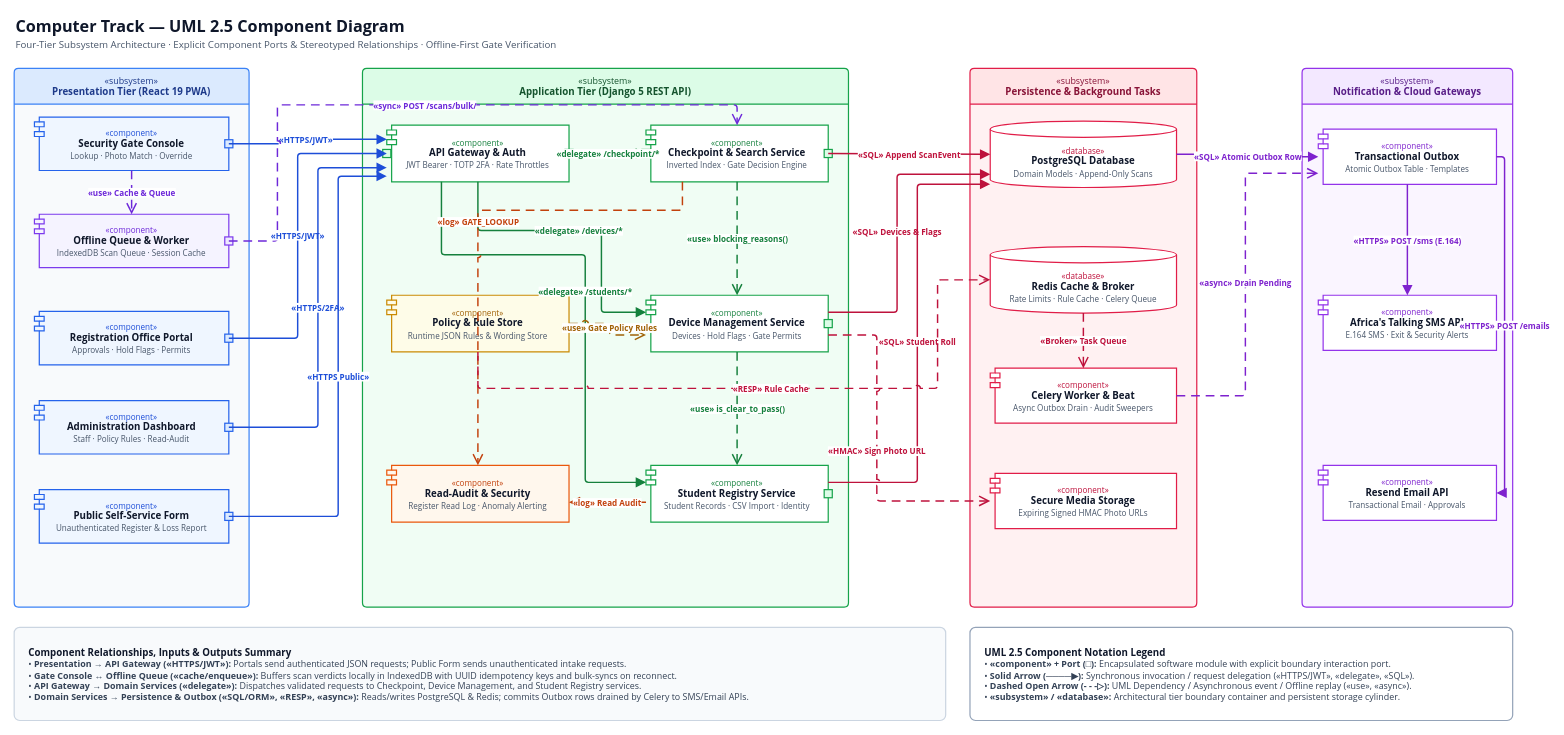
mndekwe-dot/Computer_Track keeps this draw.io diagram as research/diagrams/component-diagram.drawio. Above is the earlier version. Source tidied: cells renumbered, new cells numbered last; positions are measured from the earlier drawing's top-left corner, leaving out a move shared by most shapes. Both pictures are drawn from the tidied source at 81%, with x=0, y=0 at pixel (14, 14).
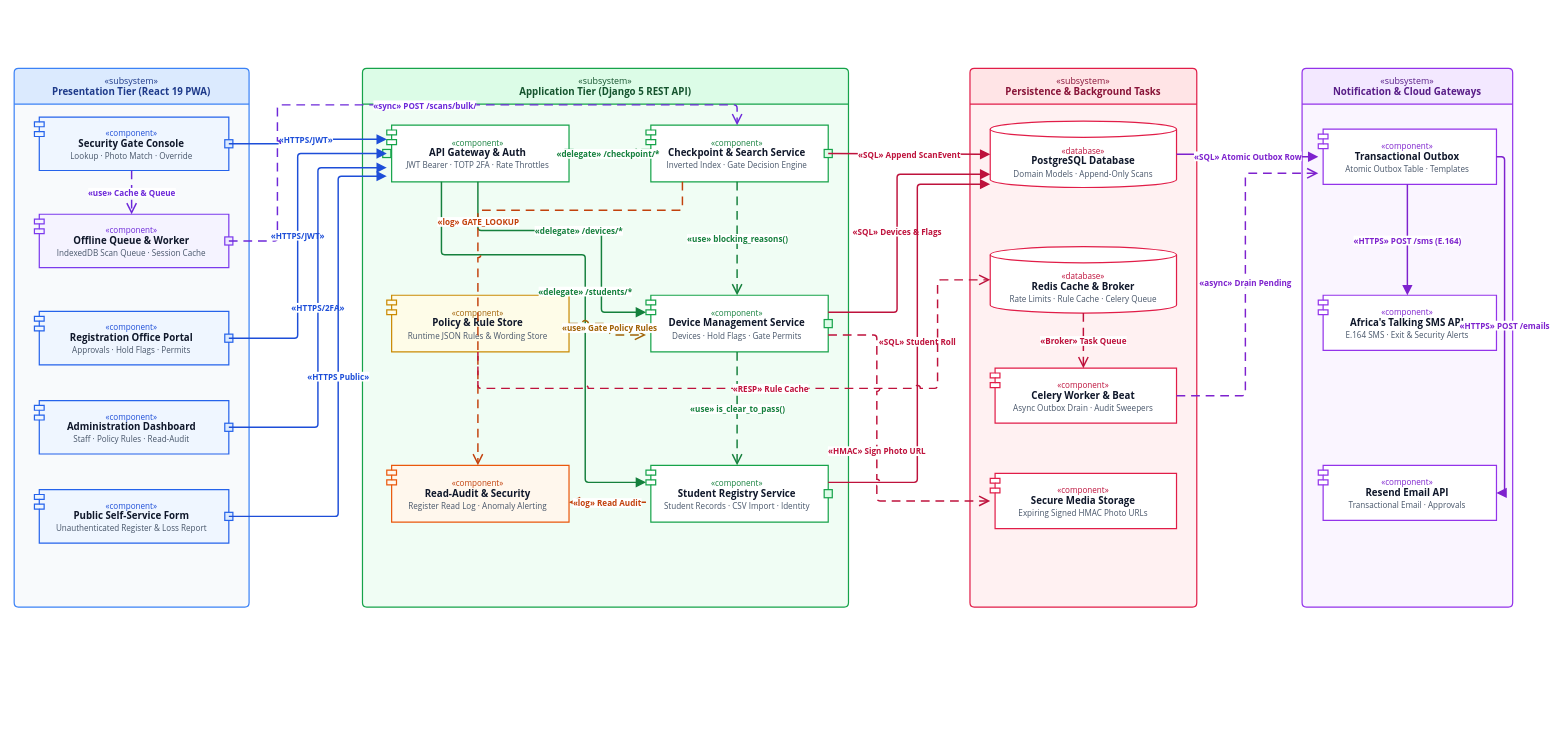
The same diagram, later.

Change to the diagram source:
```diff
@@
-    <mxCell id="2" value="Computer Track — UML 2.5 Component Diagram" style="text;html=1;fontFamily=Segoe UI;fontSize=20;fontStyle=1;fontColor=#0F172A;align=left;verticalAlign=middle;" parent="1" vertex="1">
-      <mxGeometry width="800" height="28" as="geometry" />
-    </mxCell>
-    <mxCell id="3" value="Four-Tier Subsystem Architecture · Explicit Component Ports &amp; Stereotyped Relationships · Offline-First Gate Verification" style="text;html=1;fontFamily=Segoe UI;fontSize=12;fontStyle=0;fontColor=#475569;align=left;verticalAlign=middle;" parent="1" vertex="1">
-      <mxGeometry y="28" width="950" height="20" as="geometry" />
-    </mxCell>
@@
-    <mxCell id="37" value="&lt;b style=&quot;font-size:12px;color:#0F172A;&quot;&gt;Component Relationships, Inputs &amp;amp; Outputs Summary&lt;/b&gt;&lt;br/&gt;&lt;font style=&quot;color:#334155;&quot;&gt;• &lt;b&gt;Presentation → API Gateway (&amp;laquo;HTTPS/JWT&amp;raquo;):&lt;/b&gt; Portals send authenticated JSON requests; Public Form sends unauthenticated intake requests.&lt;br/&gt;• &lt;b&gt;Gate Console ↔ Offline Queue (&amp;laquo;cache/enqueue&amp;raquo;):&lt;/b&gt; Buffers scan verdicts locally in IndexedDB with UUID idempotency keys and bulk-syncs on reconnect.&lt;br/&gt;• &lt;b&gt;API Gateway → Domain Services (&amp;laquo;delegate&amp;raquo;):&lt;/b&gt; Dispatches validated requests to Checkpoint, Device Management, and Student Registry services.&lt;br/&gt;• &lt;b&gt;Domain Services → Persistence &amp;amp; Outbox (&amp;laquo;SQL/ORM&amp;raquo;, &amp;laquo;RESP&amp;raquo;, &amp;laquo;async&amp;raquo;):&lt;/b&gt; Reads/writes PostgreSQL &amp;amp; Redis; commits Outbox rows drained by Celery to SMS/Email APIs.&lt;/font&gt;" style="rounded=1;arcSize=6;whiteSpace=wrap;html=1;fillColor=#F8FAFC;strokeColor=#CBD5E1;strokeWidth=1.5;align=left;verticalAlign=middle;spacingLeft=16;spacingRight=16;fontFamily=Segoe UI;fontSize=11;" parent="1" vertex="1">
-      <mxGeometry y="757" width="1150" height="115" as="geometry" />
-    </mxCell>
-    <mxCell id="38" value="&lt;b style=&quot;font-size:12px;color:#0F172A;&quot;&gt;UML 2.5 Component Notation Legend&lt;/b&gt;&lt;br/&gt;&lt;font style=&quot;color:#334155;&quot;&gt;• &lt;b&gt;&amp;laquo;component&amp;raquo; + Port (□):&lt;/b&gt; Encapsulated software module with explicit boundary interaction port.&lt;br/&gt;• &lt;b&gt;Solid Arrow (────▶):&lt;/b&gt; Synchronous invocation / request delegation (&amp;laquo;HTTPS/JWT&amp;raquo;, &amp;laquo;delegate&amp;raquo;, &amp;laquo;SQL&amp;raquo;).&lt;br/&gt;• &lt;b&gt;Dashed Open Arrow (- - -▷):&lt;/b&gt; UML Dependency / Asynchronous event / Offline replay (&amp;laquo;use&amp;raquo;, &amp;laquo;async&amp;raquo;).&lt;br/&gt;• &lt;b&gt;&amp;laquo;subsystem&amp;raquo; / &amp;laquo;database&amp;raquo;:&lt;/b&gt; Architectural tier boundary container and persistent storage cylinder.&lt;/font&gt;" style="rounded=1;arcSize=6;whiteSpace=wrap;html=1;fillColor=#FFFFFF;strokeColor=#94A3B8;strokeWidth=1.5;align=left;verticalAlign=middle;spacingLeft=16;spacingRight=16;fontFamily=Segoe UI;fontSize=11;" parent="1" vertex="1">
-      <mxGeometry x="1180" y="757" width="670" height="115" as="geometry" />
-    </mxCell>
```
